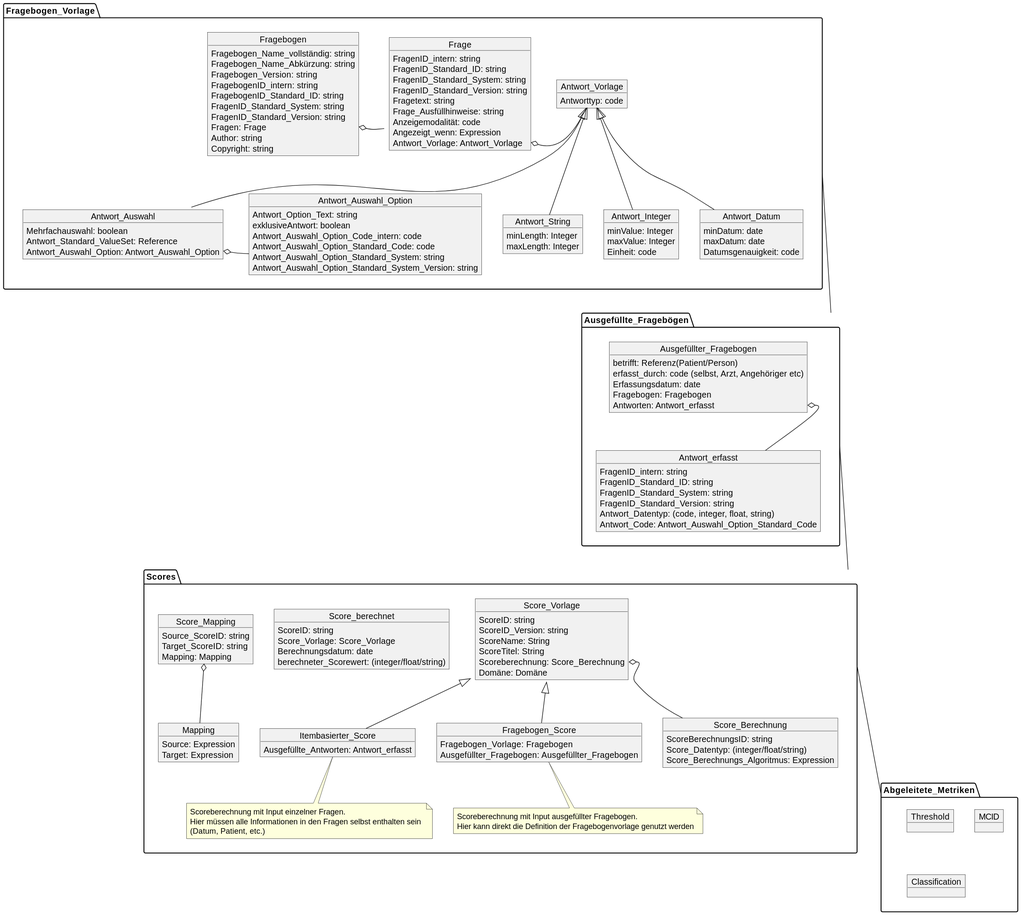
medizininformatik-initiative/kerndatensatzmodul-proms keeps this PlantUML diagram as out/Logical_Model_UML_q-based copy/MII_PROMs_Fragebögen.svg. Above is the earlier version.
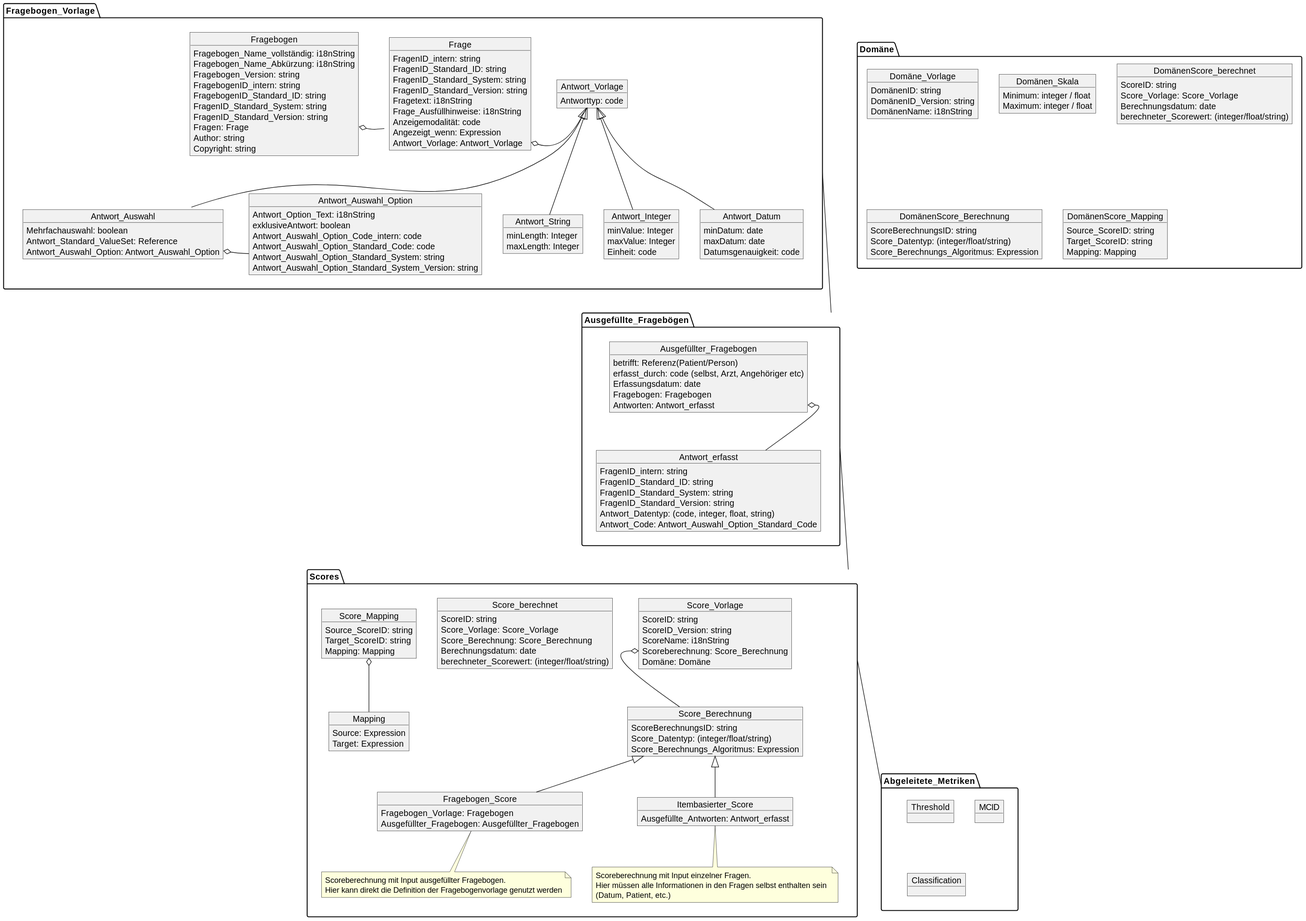
Later version of the same file.

Diff of the diagram source:
```diff
@@ -1,8 +1,8 @@
 @startuml
 package Fragebogen_Vorlage {
     object Fragebogen {
-        Fragebogen_Name_vollständig: string
-        Fragebogen_Name_Abkürzung: string
+        Fragebogen_Name_vollständig: i18nString
+        Fragebogen_Name_Abkürzung: i18nString
         Fragebogen_Version: string
         FragebogenID_intern: string
         FragebogenID_Standard_ID: string
@@ -21,8 +21,8 @@
         FragenID_Standard_ID: string
         FragenID_Standard_System: string
         FragenID_Standard_Version: string
-        Fragetext: string
-        Frage_Ausfüllhinweise: string
+        Fragetext: i18nString
+        Frage_Ausfüllhinweise: i18nString
         Anzeigemodalität: code
         Angezeigt_wenn: Expression
         Antwort_Vorlage: Antwort_Vorlage
@@ -48,7 +48,7 @@
         Antwort_Auswahl_Option: Antwort_Auswahl_Option
     }
     object Antwort_Auswahl_Option {
-        Antwort_Option_Text: string
+        Antwort_Option_Text: i18nString
         exklusiveAntwort: boolean
         Antwort_Auswahl_Option_Code_intern: code
         Antwort_Auswahl_Option_Standard_Code: code
@@ -100,14 +100,14 @@
     object Score_Vorlage {
         ScoreID: string
         ScoreID_Version: string
-        ScoreName: String
-        ScoreTitel: String
+        ScoreName: i18nString
         Scoreberechnung: Score_Berechnung
         Domäne: Domäne
     }
     object Score_berechnet {
         ScoreID: string
         Score_Vorlage: Score_Vorlage
+        Score_Berechnung: Score_Berechnung
         Berechnungsdatum: date
         berechneter_Scorewert: (integer/float/string)
     }
@@ -115,8 +115,10 @@
         ScoreBerechnungsID: string
         Score_Datentyp: (integer/float/string)
         Score_Berechnungs_Algoritmus: Expression
+
     }
-    Score_Vorlage::Scoreberechnung  o--Score_Berechnung
+    Score_Vorlage::Scoreberechnung o-- Score_Berechnung
+
 
     object Fragebogen_Score {
         Fragebogen_Vorlage: Fragebogen
@@ -126,12 +128,12 @@
         Scoreberechnung mit Input ausgefüllter Fragebogen.
         Hier kann direkt die Definition der Fragebogenvorlage genutzt werden
     end note
-      Score_Vorlage <|-- Fragebogen_Score
+      Score_Berechnung <|-- Fragebogen_Score
 
     object Itembasierter_Score {
         Ausgefüllte_Antworten: Antwort_erfasst
     }
-    Score_Vorlage <|-- Itembasierter_Score
+    Score_Berechnung <|-- Itembasierter_Score
 
     note bottom of Itembasierter_Score
         Scoreberechnung mit Input einzelner Fragen.
@@ -153,7 +155,37 @@
 
 
 }
+package Domäne {
+    object Domäne_Vorlage {
+        DomänenID: string
+        DomänenID_Version: string
+        DomänenName: i18nString
+    }
+    object Domänen_Skala {
+        Minimum: integer / float
+        Maximum: integer / float
 
+    }
+
+
+    object DomänenScore_berechnet {
+        ScoreID: string
+        Score_Vorlage: Score_Vorlage
+        Berechnungsdatum: date
+        berechneter_Scorewert: (integer/float/string)
+    }
+    object DomänenScore_Berechnung {
+        ScoreBerechnungsID: string
+        Score_Datentyp: (integer/float/string)
+        Score_Berechnungs_Algoritmus: Expression
+    }
+
+    object DomänenScore_Mapping {
+        Source_ScoreID: string
+        Target_ScoreID: string
+        Mapping: Mapping
+    }
+}
 
 package Abgeleitete_Metriken {
     object Threshold
```
